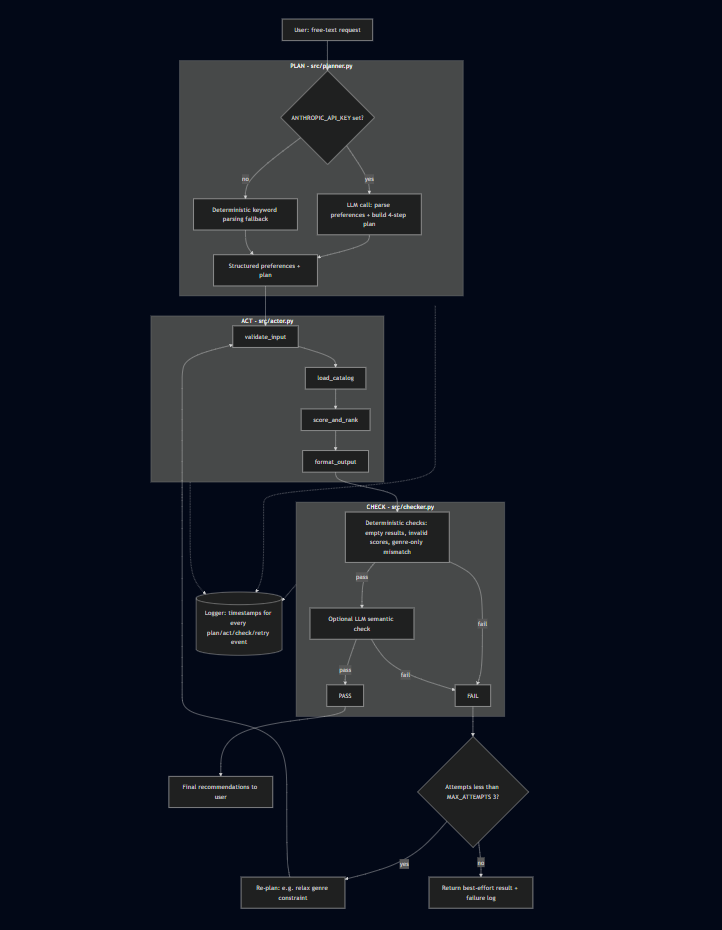
Earlier version of the Mermaid export assets/architecture.png (sheiskemi/applied-ai-system-project). Its source is kept beside it as diagrams/architecture.mmd. Source of this version:
```mermaid
flowchart TD
    U[User: free-text request] --> P

    subgraph Plan["PLAN - src/planner.py"]
        P{ANTHROPIC_API_KEY set?}
        P -->|yes| P1[LLM call: parse preferences + build 4-step plan]
        P -->|no| P2[Deterministic keyword parsing fallback]
        P1 --> PLAN_OUT[Structured preferences + plan]
        P2 --> PLAN_OUT
    end

    PLAN_OUT --> A1

    subgraph Act["ACT - src/actor.py"]
        A1[validate_input] --> A2[load_catalog]
        A2 --> A3[score_and_rank]
        A3 --> A4[format_output]
    end

    A4 --> D1

    subgraph Check["CHECK - src/checker.py"]
        D1[Deterministic checks: empty results, invalid scores, genre-only mismatch]
        D1 -->|pass| D2[Optional LLM semantic check]
        D1 -->|fail| FAIL
        D2 -->|fail| FAIL
        D2 -->|pass| PASS
    end

    PASS --> OUT[Final recommendations to user]
    FAIL --> R{Attempts less than MAX_ATTEMPTS 3?}
    R -->|yes| RP[Re-plan: e.g. relax genre constraint]
    RP --> A1
    R -->|no| GIVEUP[Return best-effort result + failure log]

    L[(Logger: timestamps for every plan/act/check/retry event)]
    Plan -.-> L
    Act -.-> L
    Check -.-> L
```
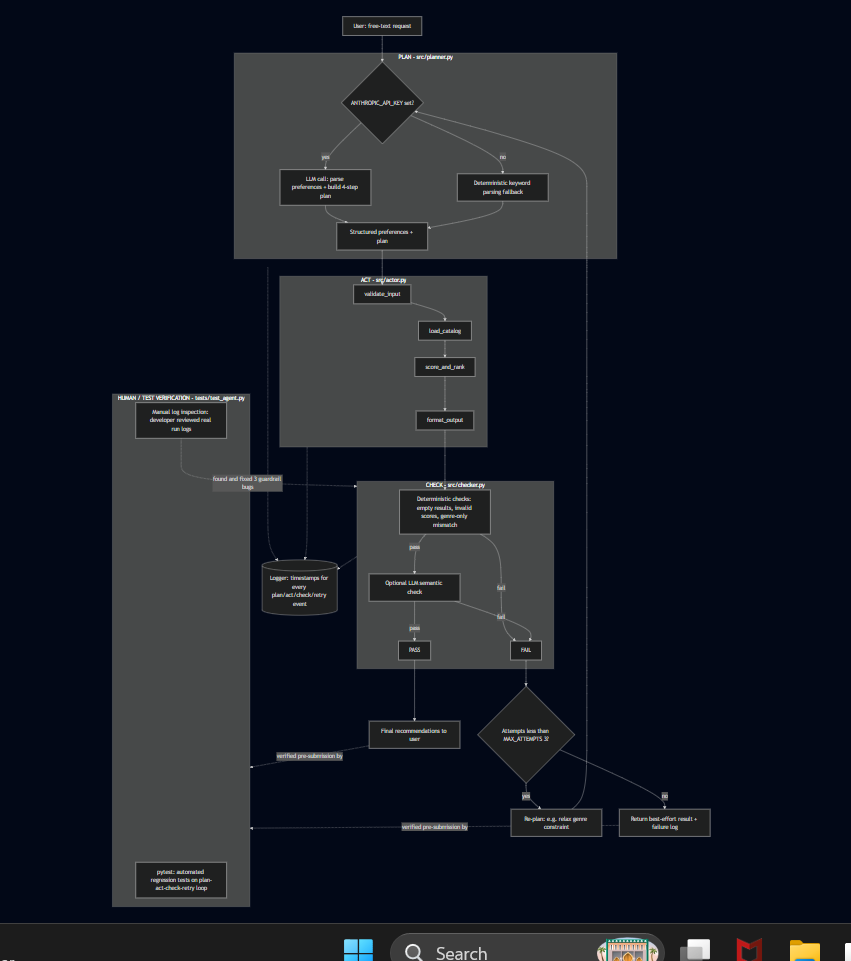
The same diagram one commit later.

Commit message:
Add human/test verification layer to architecture diagram

What changed in the source:
```diff
@@ -30,10 +30,19 @@
     PASS --> OUT[Final recommendations to user]
     FAIL --> R{Attempts less than MAX_ATTEMPTS 3?}
     R -->|yes| RP[Re-plan: e.g. relax genre constraint]
-    RP --> A1
+    RP --> P
     R -->|no| GIVEUP[Return best-effort result + failure log]
 
     L[(Logger: timestamps for every plan/act/check/retry event)]
     Plan -.-> L
     Act -.-> L
     Check -.-> L
+
+    subgraph Human["HUMAN / TEST VERIFICATION - tests/test_agent.py"]
+        T1[pytest: automated regression tests on plan-act-check-retry loop]
+        T2[Manual log inspection: developer reviewed real run logs]
+    end
+
+    OUT -.verified pre-submission by.-> Human
+    GIVEUP -.verified pre-submission by.-> Human
+    T2 -.found and fixed 3 guardrail bugs.-> Check
```
